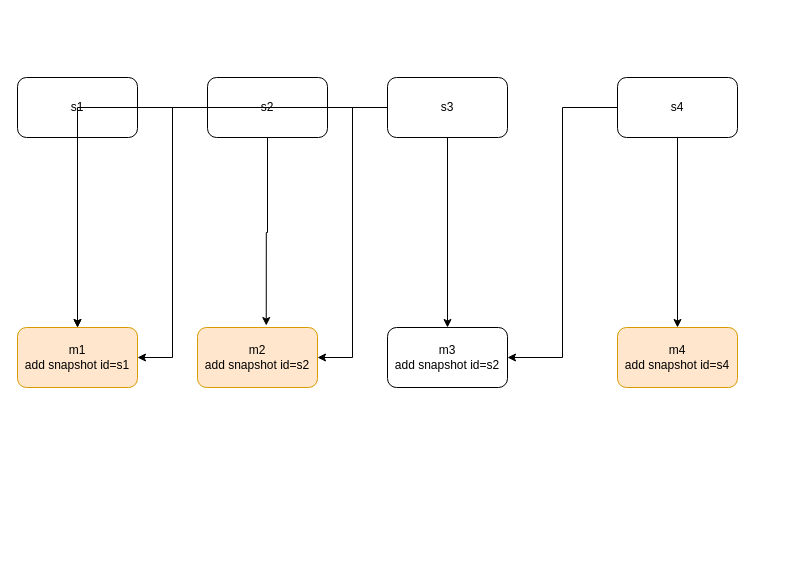
Earlier version of the draw.io diagram Untitled Diagram.drawio (yuhuali1989/ui). Source tidied: cells renumbered, new cells numbered last; positions are measured from the earlier drawing's top-left corner, leaving out a move shared by most shapes. Both pictures are drawn from the tidied source at 100%, with x=0, y=0 at pixel (17, 77).
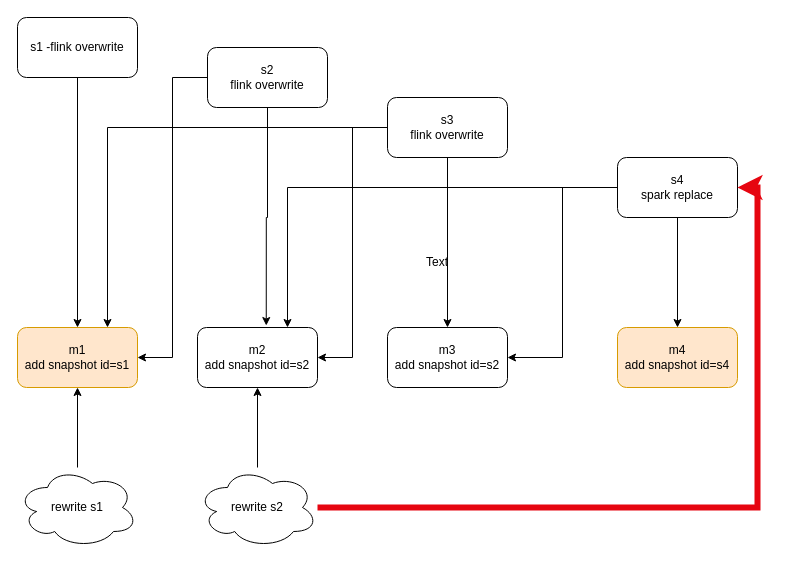
Above is the later version.

Unchanged cells that the change refers to:
```xml
<mxCell id="4" value="m1&lt;br&gt;add snapshot id=s1" style="rounded=1;whiteSpace=wrap;html=1;fillColor=#ffe6cc;strokeColor=#d79b00;" parent="1" vertex="1">
  <mxGeometry y="250" width="120" height="60" as="geometry" />
</mxCell>
```

Diff of the diagram source:
```diff
@@
-    <mxCell id="3" value="s1" style="rounded=1;whiteSpace=wrap;html=1;" parent="1" vertex="1">
-      <mxGeometry width="120" height="60" as="geometry" />
+    <mxCell id="3" value="s1 -flink overwrite" style="rounded=1;whiteSpace=wrap;html=1;" parent="1" vertex="1">
+      <mxGeometry y="-60" width="120" height="60" as="geometry" />
     </mxCell>
@@
-    <mxCell id="7" value="s2" style="rounded=1;whiteSpace=wrap;html=1;" parent="1" vertex="1">
-      <mxGeometry x="190" width="120" height="60" as="geometry" />
+    <mxCell id="7" value="s2&lt;br&gt;flink overwrite" style="rounded=1;whiteSpace=wrap;html=1;" parent="1" vertex="1">
+      <mxGeometry x="190" y="-30" width="120" height="60" as="geometry" />
     </mxCell>
-    <mxCell id="8" value="m2&lt;br&gt;add snapshot id=s2" style="rounded=1;whiteSpace=wrap;html=1;fillColor=#ffe6cc;strokeColor=#d79b00;" parent="1" vertex="1">
+    <mxCell id="8" value="m2&lt;br&gt;add snapshot id=s2" style="rounded=1;whiteSpace=wrap;html=1;" parent="1" vertex="1">
       <mxGeometry x="180" y="250" width="120" height="60" as="geometry" />
     </mxCell>
     <mxCell id="9" style="edgeStyle=orthogonalEdgeStyle;rounded=0;jettySize=auto;html=1;" parent="1" edge="1" source="12" target="4">
-      <mxGeometry relative="1" as="geometry" />
+      <mxGeometry relative="1" as="geometry">
+        <Array as="points">
+          <mxPoint x="90" y="50" />
+        </Array>
+      </mxGeometry>
     </mxCell>
@@
-    <mxCell id="12" value="s3" style="rounded=1;whiteSpace=wrap;html=1;" parent="1" vertex="1">
-      <mxGeometry x="370" width="120" height="60" as="geometry" />
+    <mxCell id="12" value="s3&lt;br&gt;flink overwrite" style="rounded=1;whiteSpace=wrap;html=1;" parent="1" vertex="1">
+      <mxGeometry x="370" y="20" width="120" height="60" as="geometry" />
     </mxCell>
@@
+    <mxCell id="18" style="edgeStyle=orthogonalEdgeStyle;rounded=0;jettySize=auto;html=1;entryX=0.75;entryY=0;entryDx=0;entryDy=0;" parent="1" edge="1" source="16" target="8">
+      <mxGeometry relative="1" as="geometry" />
+    </mxCell>
-    <mxCell id="16" value="s4" style="rounded=1;whiteSpace=wrap;html=1;" parent="1" vertex="1">
-      <mxGeometry x="600" width="120" height="60" as="geometry" />
+    <mxCell id="16" value="s4&lt;br&gt;spark replace" style="rounded=1;whiteSpace=wrap;html=1;" parent="1" vertex="1">
+      <mxGeometry x="600" y="80" width="120" height="60" as="geometry" />
     </mxCell>
@@
+    <mxCell id="19" value="Text" style="text;html=1;strokeColor=none;fillColor=none;align=center;verticalAlign=middle;whiteSpace=wrap;rounded=0;" parent="1" vertex="1">
+      <mxGeometry x="390" y="170" width="60" height="30" as="geometry" />
+    </mxCell>
+    <mxCell id="20" style="edgeStyle=orthogonalEdgeStyle;rounded=0;jettySize=auto;html=1;" parent="1" edge="1" source="21" target="4">
+      <mxGeometry relative="1" as="geometry" />
+    </mxCell>
+    <mxCell id="21" value="rewrite s1" style="ellipse;shape=cloud;whiteSpace=wrap;html=1;" parent="1" vertex="1">
+      <mxGeometry y="390" width="120" height="80" as="geometry" />
+    </mxCell>
+    <mxCell id="22" style="edgeStyle=orthogonalEdgeStyle;rounded=0;jettySize=auto;html=1;entryX=0.5;entryY=1;entryDx=0;entryDy=0;" parent="1" edge="1" source="24" target="8">
+      <mxGeometry relative="1" as="geometry" />
+    </mxCell>
+    <mxCell id="23" style="edgeStyle=orthogonalEdgeStyle;rounded=0;jettySize=auto;html=1;entryX=1;entryY=0.5;entryDx=0;entryDy=0;strokeColor=#e60510;strokeWidth=6;" parent="1" edge="1" source="24" target="16">
+      <mxGeometry relative="1" as="geometry" />
+    </mxCell>
+    <mxCell id="24" value="rewrite s2" style="ellipse;shape=cloud;whiteSpace=wrap;html=1;" parent="1" vertex="1">
+      <mxGeometry x="180" y="390" width="120" height="80" as="geometry" />
+    </mxCell>
```
